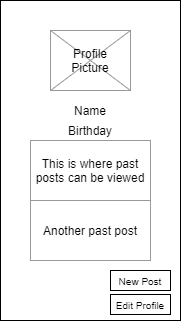
Before: ux-design/Profile.png, a diagram exported from draw.io (agile-dev-assignments/user-experience-design-team-luniao-devolved). Source tidied: cells renumbered, new cells last; positions are measured from the earlier drawing's top-left corner, leaving out a move shared by most shapes. The source it was exported from:
```xml
<mxGraphModel>
  <root>
    <mxCell id="0" />
    <mxCell id="1" parent="0" />
    <mxCell id="2" style="rounded=0;whiteSpace=wrap;html=1;" parent="1" vertex="1">
      <mxGeometry width="180" height="320" as="geometry" />
    </mxCell>
    <mxCell id="3" style="rounded=0;whiteSpace=wrap;html=1;strokeColor=#999999;" parent="1" vertex="1">
      <mxGeometry x="50" y="30" width="80" height="60" as="geometry" />
    </mxCell>
    <mxCell id="4" style="endArrow=none;html=1;exitX=1;exitY=0;exitDx=0;exitDy=0;strokeColor=#999999;" parent="1" edge="1" source="3">
      <mxGeometry relative="1" as="geometry">
        <mxPoint x="50" y="90" as="targetPoint" />
      </mxGeometry>
    </mxCell>
    <mxCell id="5" style="endArrow=none;html=1;entryX=1;entryY=1;entryDx=0;entryDy=0;exitX=0;exitY=0;exitDx=0;exitDy=0;strokeColor=#999999;" parent="1" edge="1" source="3" target="3">
      <mxGeometry relative="1" as="geometry" />
    </mxCell>
    <mxCell id="6" value="Name" style="text;html=1;strokeColor=none;fillColor=none;align=center;verticalAlign=middle;whiteSpace=wrap;rounded=0;" parent="1" vertex="1">
      <mxGeometry x="70" y="100" width="40" height="20" as="geometry" />
    </mxCell>
    <mxCell id="7" value="Birthday" style="text;html=1;strokeColor=none;fillColor=none;align=center;verticalAlign=middle;whiteSpace=wrap;rounded=0;" parent="1" vertex="1">
      <mxGeometry x="60" y="120" width="60" height="20" as="geometry" />
    </mxCell>
    <mxCell id="8" value="&lt;font style=&quot;font-size: 10px&quot;&gt;New Post&lt;/font&gt;" style="rounded=0;whiteSpace=wrap;html=1;" parent="1" vertex="1">
      <mxGeometry x="110" y="270" width="60" height="20" as="geometry" />
    </mxCell>
    <mxCell id="9" value="This is where past posts can be viewed" style="rounded=0;whiteSpace=wrap;html=1;strokeColor=#999999;" parent="1" vertex="1">
      <mxGeometry x="30" y="140" width="120" height="60" as="geometry" />
    </mxCell>
    <mxCell id="10" value="Another past post" style="rounded=0;whiteSpace=wrap;html=1;strokeColor=#999999;" parent="1" vertex="1">
      <mxGeometry x="30" y="200" width="120" height="60" as="geometry" />
    </mxCell>
    <mxCell id="11" value="&lt;font style=&quot;font-size: 10px&quot;&gt;Edit Profile&lt;/font&gt;" style="rounded=0;whiteSpace=wrap;html=1;" parent="1" vertex="1">
      <mxGeometry x="110" y="294" width="60" height="20" as="geometry" />
    </mxCell>
    <mxCell id="12" value="Profile Picture" style="text;html=1;strokeColor=none;fillColor=none;align=center;verticalAlign=middle;whiteSpace=wrap;rounded=0;" parent="1" vertex="1">
      <mxGeometry x="70" y="50" width="40" height="20" as="geometry" />
    </mxCell>
  </root>
</mxGraphModel>
```
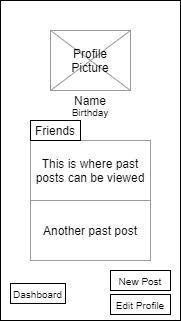
Later version of the same file.

Commit message:
Updated Profile wireframe

What changed in the source:
```diff
@@ -17,10 +17,10 @@
       <mxGeometry relative="1" as="geometry" />
     </mxCell>
     <mxCell id="6" value="Name" style="text;html=1;strokeColor=none;fillColor=none;align=center;verticalAlign=middle;whiteSpace=wrap;rounded=0;" parent="1" vertex="1">
-      <mxGeometry x="70" y="100" width="40" height="20" as="geometry" />
+      <mxGeometry x="70" y="90" width="40" height="20" as="geometry" />
     </mxCell>
-    <mxCell id="7" value="Birthday" style="text;html=1;strokeColor=none;fillColor=none;align=center;verticalAlign=middle;whiteSpace=wrap;rounded=0;" parent="1" vertex="1">
-      <mxGeometry x="60" y="120" width="60" height="20" as="geometry" />
+    <mxCell id="7" value="&lt;font style=&quot;font-size: 10px&quot;&gt;Birthday&lt;/font&gt;" style="text;html=1;strokeColor=none;fillColor=none;align=center;verticalAlign=middle;whiteSpace=wrap;rounded=0;" parent="1" vertex="1">
+      <mxGeometry x="60" y="101" width="60" height="20" as="geometry" />
     </mxCell>
     <mxCell id="8" value="&lt;font style=&quot;font-size: 10px&quot;&gt;New Post&lt;/font&gt;" style="rounded=0;whiteSpace=wrap;html=1;" parent="1" vertex="1">
       <mxGeometry x="110" y="270" width="60" height="20" as="geometry" />
@@ -37,5 +37,14 @@
     <mxCell id="12" value="Profile Picture" style="text;html=1;strokeColor=none;fillColor=none;align=center;verticalAlign=middle;whiteSpace=wrap;rounded=0;" parent="1" vertex="1">
       <mxGeometry x="70" y="50" width="40" height="20" as="geometry" />
     </mxCell>
+    <mxCell id="13" style="rounded=0;whiteSpace=wrap;html=1;strokeColor=#000000;" parent="1" vertex="1">
+      <mxGeometry x="30" y="120" width="50" height="20" as="geometry" />
+    </mxCell>
+    <mxCell id="14" value="Friends" style="text;html=1;strokeColor=none;fillColor=none;align=center;verticalAlign=middle;whiteSpace=wrap;rounded=0;" parent="1" vertex="1">
+      <mxGeometry x="30" y="120" width="50" height="20" as="geometry" />
+    </mxCell>
+    <mxCell id="15" value="&lt;font style=&quot;font-size: 10px&quot;&gt;Dashboard&lt;/font&gt;" style="rounded=0;whiteSpace=wrap;html=1;strokeColor=#000000;" parent="1" vertex="1">
+      <mxGeometry x="10" y="283" width="55" height="20" as="geometry" />
+    </mxCell>
   </root>
 </mxGraphModel>
```
